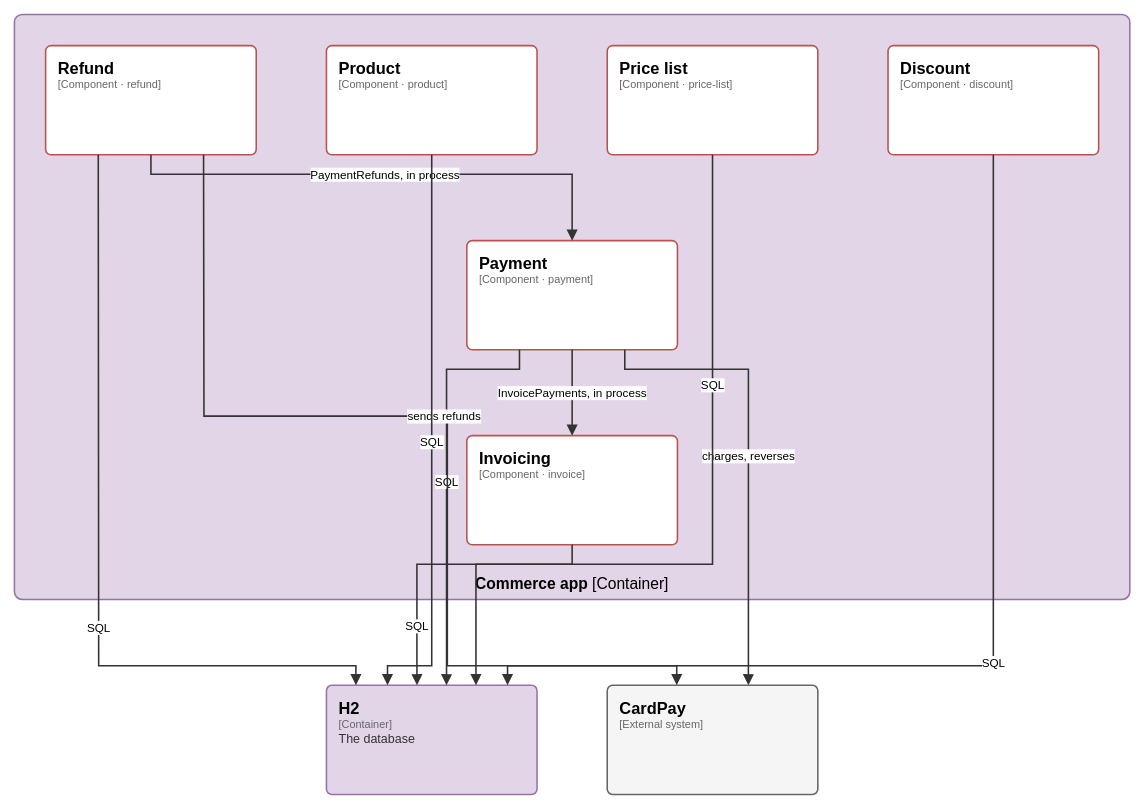
elie29/partition-commerce keeps this draw.io diagram as page "C4 3 - Components of Commerce app" (3 of 7) of docs/architecture/c4.drawio. Above is the earlier version. Source tidied: cells renumbered, new cells numbered last; positions are measured from the earlier drawing's top-left corner, leaving out a move shared by most shapes. Both pictures are drawn from the tidied source at 78%, with x=0, y=0 at pixel (14, 14).
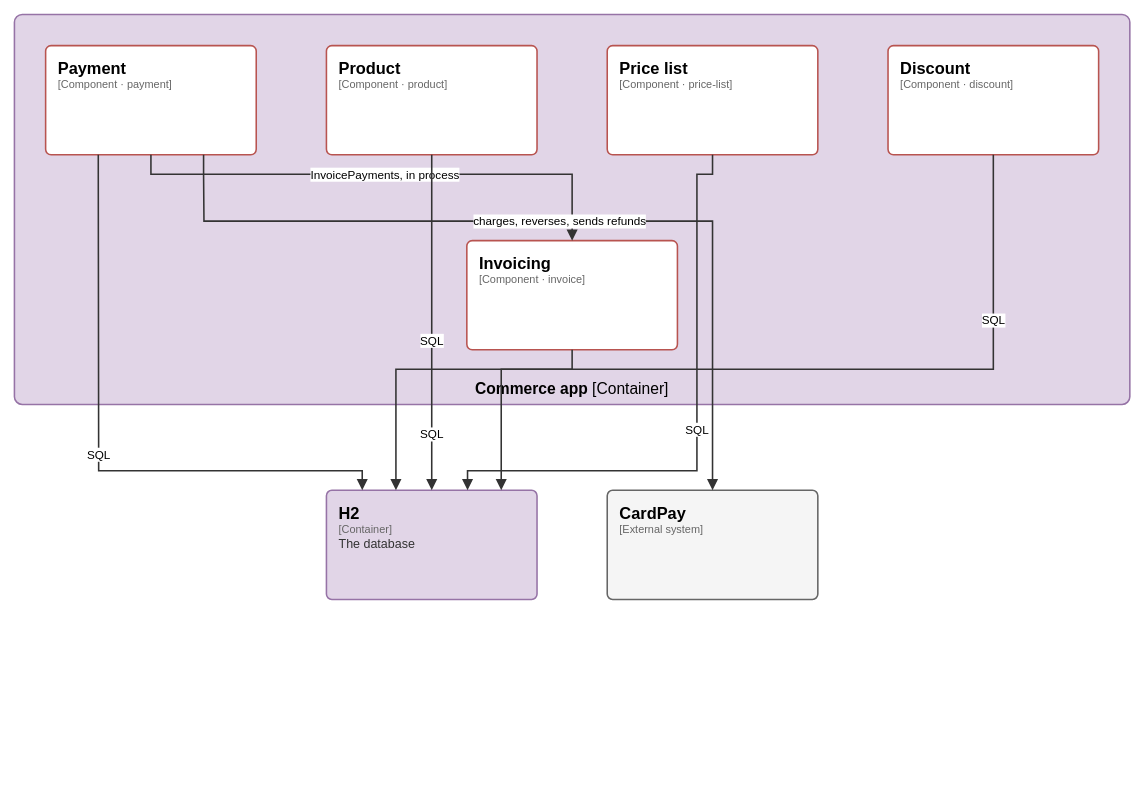
The same diagram, later.

Unchanged cells that the change refers to:
```xml
<mxCell id="6" value="&lt;span style=&quot;font-size:21px;font-weight:600;color:#000000&quot;&gt;Product&lt;/span&gt;&lt;br&gt;&lt;span style=&quot;font-family:IBM Plex Mono;font-size:14px;color:#666666&quot;&gt;[Component · product]&lt;/span&gt;" style="rounded=1;absoluteArcSize=1;arcSize=14;html=1;whiteSpace=wrap;fillColor=#ffffff;strokeColor=#b85450;strokeWidth=2;fontFamily=IBM Plex Sans;align=left;verticalAlign=top;spacingLeft=14;spacingRight=10;spacingTop=10;partition=OoiQrNIVBC;" parent="1" vertex="1">
  <mxGeometry x="400" y="40" width="270" height="140" as="geometry" />
</mxCell>
<mxCell id="7" value="&lt;span style=&quot;font-size:21px;font-weight:600;color:#000000&quot;&gt;Price list&lt;/span&gt;&lt;br&gt;&lt;span style=&quot;font-family:IBM Plex Mono;font-size:14px;color:#666666&quot;&gt;[Component · price-list]&lt;/span&gt;" style="rounded=1;absoluteArcSize=1;arcSize=14;html=1;whiteSpace=wrap;fillColor=#ffffff;strokeColor=#b85450;strokeWidth=2;fontFamily=IBM Plex Sans;align=left;verticalAlign=top;spacingLeft=14;spacingRight=10;spacingTop=10;partition=eIuSdzb2dt;" parent="1" vertex="1">
  <mxGeometry x="760" y="40" width="270" height="140" as="geometry" />
</mxCell>
<mxCell id="8" value="&lt;span style=&quot;font-size:21px;font-weight:600;color:#000000&quot;&gt;Discount&lt;/span&gt;&lt;br&gt;&lt;span style=&quot;font-family:IBM Plex Mono;font-size:14px;color:#666666&quot;&gt;[Component · discount]&lt;/span&gt;" style="rounded=1;absoluteArcSize=1;arcSize=14;html=1;whiteSpace=wrap;fillColor=#ffffff;strokeColor=#b85450;strokeWidth=2;fontFamily=IBM Plex Sans;align=left;verticalAlign=top;spacingLeft=14;spacingRight=10;spacingTop=10;partition=mqWQE0lV24;" parent="1" vertex="1">
  <mxGeometry x="1120" y="40" width="270" height="140" as="geometry" />
</mxCell>
```

The edit, as a diff of the source:
```diff
@@
-    <mxCell id="2" value="&lt;b&gt;Commerce app&lt;/b&gt; [Container]" style="rounded=1;absoluteArcSize=1;arcSize=20;html=1;whiteSpace=wrap;fillColor=#e1d5e7;strokeColor=#9673a6;strokeWidth=2;fontFamily=IBM Plex Sans;fontSize=20;verticalAlign=bottom;spacingTop=6;spacingBottom=6;partition=K24nIVab2W;" parent="1" vertex="1">
-      <mxGeometry width="1430" height="750" as="geometry" />
+    <mxCell id="2" value="&lt;b&gt;Commerce app&lt;/b&gt; [Container]" style="rounded=1;absoluteArcSize=1;arcSize=20;html=1;whiteSpace=wrap;fillColor=#e1d5e7;strokeColor=#9673a6;strokeWidth=2;fontFamily=IBM Plex Sans;fontSize=20;verticalAlign=bottom;spacingTop=6;spacingBottom=6;partition=LOdSa2wpjQ;" parent="1" vertex="1">
+      <mxGeometry width="1430" height="500" as="geometry" />
     </mxCell>
-    <mxCell id="3" value="&lt;span style=&quot;font-size:21px;font-weight:600;color:#000000&quot;&gt;Invoicing&lt;/span&gt;&lt;br&gt;&lt;span style=&quot;font-family:IBM Plex Mono;font-size:14px;color:#666666&quot;&gt;[Component · invoice]&lt;/span&gt;" style="rounded=1;absoluteArcSize=1;arcSize=14;html=1;whiteSpace=wrap;fillColor=#ffffff;strokeColor=#b85450;strokeWidth=2;fontFamily=IBM Plex Sans;align=left;verticalAlign=top;spacingLeft=14;spacingRight=10;spacingTop=10;partition=aHuj8PVB3X;" parent="1" vertex="1">
-      <mxGeometry x="580" y="540" width="270" height="140" as="geometry" />
+    <mxCell id="3" value="&lt;span style=&quot;font-size:21px;font-weight:600;color:#000000&quot;&gt;Invoicing&lt;/span&gt;&lt;br&gt;&lt;span style=&quot;font-family:IBM Plex Mono;font-size:14px;color:#666666&quot;&gt;[Component · invoice]&lt;/span&gt;" style="rounded=1;absoluteArcSize=1;arcSize=14;html=1;whiteSpace=wrap;fillColor=#ffffff;strokeColor=#b85450;strokeWidth=2;fontFamily=IBM Plex Sans;align=left;verticalAlign=top;spacingLeft=14;spacingRight=10;spacingTop=10;partition=NwpGBdmDzl;" parent="1" vertex="1">
+      <mxGeometry x="580" y="290" width="270" height="140" as="geometry" />
     </mxCell>
-    <mxCell id="4" value="&lt;span style=&quot;font-size:21px;font-weight:600;color:#000000&quot;&gt;Payment&lt;/span&gt;&lt;br&gt;&lt;span style=&quot;font-family:IBM Plex Mono;font-size:14px;color:#666666&quot;&gt;[Component · payment]&lt;/span&gt;" style="rounded=1;absoluteArcSize=1;arcSize=14;html=1;whiteSpace=wrap;fillColor=#ffffff;strokeColor=#b85450;strokeWidth=2;fontFamily=IBM Plex Sans;align=left;verticalAlign=top;spacingLeft=14;spacingRight=10;spacingTop=10;partition=NwpGBdmDzl;" parent="1" vertex="1">
-      <mxGeometry x="580" y="290" width="270" height="140" as="geometry" />
+    <mxCell id="4" value="&lt;span style=&quot;font-size:21px;font-weight:600;color:#000000&quot;&gt;Payment&lt;/span&gt;&lt;br&gt;&lt;span style=&quot;font-family:IBM Plex Mono;font-size:14px;color:#666666&quot;&gt;[Component · payment]&lt;/span&gt;" style="rounded=1;absoluteArcSize=1;arcSize=14;html=1;whiteSpace=wrap;fillColor=#ffffff;strokeColor=#b85450;strokeWidth=2;fontFamily=IBM Plex Sans;align=left;verticalAlign=top;spacingLeft=14;spacingRight=10;spacingTop=10;partition=IH7OPQwwv5;" parent="1" vertex="1">
+      <mxGeometry x="40" y="40" width="270" height="140" as="geometry" />
     </mxCell>
-    <mxCell id="5" value="&lt;span style=&quot;font-size:21px;font-weight:600;color:#000000&quot;&gt;Refund&lt;/span&gt;&lt;br&gt;&lt;span style=&quot;font-family:IBM Plex Mono;font-size:14px;color:#666666&quot;&gt;[Component · refund]&lt;/span&gt;" style="rounded=1;absoluteArcSize=1;arcSize=14;html=1;whiteSpace=wrap;fillColor=#ffffff;strokeColor=#b85450;strokeWidth=2;fontFamily=IBM Plex Sans;align=left;verticalAlign=top;spacingLeft=14;spacingRight=10;spacingTop=10;partition=IH7OPQwwv5;" parent="1" vertex="1">
-      <mxGeometry x="40" y="40" width="270" height="140" as="geometry" />
-    </mxCell>
@@
-    <mxCell id="9" value="&lt;span style=&quot;font-size:21px;font-weight:600;color:#000000&quot;&gt;H2&lt;/span&gt;&lt;br&gt;&lt;span style=&quot;font-family:IBM Plex Mono;font-size:14px;color:#666666&quot;&gt;[Container]&lt;/span&gt;&lt;br&gt;&lt;span style=&quot;font-size:16px;color:#333333;line-height:1.3&quot;&gt;The database&lt;/span&gt;" style="rounded=1;absoluteArcSize=1;arcSize=14;html=1;whiteSpace=wrap;fillColor=#e1d5e7;strokeColor=#9673a6;strokeWidth=2;fontFamily=IBM Plex Sans;align=left;verticalAlign=top;spacingLeft=14;spacingRight=10;spacingTop=10;partition=e1b4aq0M80;" parent="1" vertex="1">
-      <mxGeometry x="400" y="860" width="270" height="140" as="geometry" />
+    <mxCell id="9" value="&lt;span style=&quot;font-size:21px;font-weight:600;color:#000000&quot;&gt;H2&lt;/span&gt;&lt;br&gt;&lt;span style=&quot;font-family:IBM Plex Mono;font-size:14px;color:#666666&quot;&gt;[Container]&lt;/span&gt;&lt;br&gt;&lt;span style=&quot;font-size:16px;color:#333333;line-height:1.3&quot;&gt;The database&lt;/span&gt;" style="rounded=1;absoluteArcSize=1;arcSize=14;html=1;whiteSpace=wrap;fillColor=#e1d5e7;strokeColor=#9673a6;strokeWidth=2;fontFamily=IBM Plex Sans;align=left;verticalAlign=top;spacingLeft=14;spacingRight=10;spacingTop=10;partition=VhqOdWhMpS;" parent="1" vertex="1">
+      <mxGeometry x="400" y="610" width="270" height="140" as="geometry" />
     </mxCell>
-    <mxCell id="10" value="&lt;span style=&quot;font-size:21px;font-weight:600;color:#000000&quot;&gt;CardPay&lt;/span&gt;&lt;br&gt;&lt;span style=&quot;font-family:IBM Plex Mono;font-size:14px;color:#666666&quot;&gt;[External system]&lt;/span&gt;" style="rounded=1;absoluteArcSize=1;arcSize=14;html=1;whiteSpace=wrap;fillColor=#f5f5f5;strokeColor=#666666;strokeWidth=2;fontFamily=IBM Plex Sans;align=left;verticalAlign=top;spacingLeft=14;spacingRight=10;spacingTop=10;partition=U8ZHIrmfT8;" parent="1" vertex="1">
-      <mxGeometry x="760" y="860" width="270" height="140" as="geometry" />
+    <mxCell id="10" value="&lt;span style=&quot;font-size:21px;font-weight:600;color:#000000&quot;&gt;CardPay&lt;/span&gt;&lt;br&gt;&lt;span style=&quot;font-family:IBM Plex Mono;font-size:14px;color:#666666&quot;&gt;[External system]&lt;/span&gt;" style="rounded=1;absoluteArcSize=1;arcSize=14;html=1;whiteSpace=wrap;fillColor=#f5f5f5;strokeColor=#666666;strokeWidth=2;fontFamily=IBM Plex Sans;align=left;verticalAlign=top;spacingLeft=14;spacingRight=10;spacingTop=10;partition=R1m1i5lw6r;" parent="1" vertex="1">
+      <mxGeometry x="760" y="610" width="270" height="140" as="geometry" />
     </mxCell>
-    <mxCell id="11" value="SQL" style="edgeStyle=orthogonalEdgeStyle;rounded=0;html=1;endArrow=block;endFill=1;endSize=9;strokeColor=#333333;strokeWidth=2;fontFamily=IBM Plex Sans;fontSize=15;fontColor=#000000;labelBackgroundColor=#FFFFFF;spacing=3;exitX=0.5;exitY=1;exitPerimeter=0;entryX=0.43;entryY=0;entryPerimeter=0;partition=CXwErqF4Nq;" parent="1" edge="1" source="3" target="9">
+    <mxCell id="11" value="SQL" style="edgeStyle=orthogonalEdgeStyle;rounded=0;html=1;endArrow=block;endFill=1;endSize=9;strokeColor=#333333;strokeWidth=2;fontFamily=IBM Plex Sans;fontSize=15;fontColor=#000000;labelBackgroundColor=#FFFFFF;spacing=3;exitX=0.5;exitY=1;exitPerimeter=0;entryX=0.5;entryY=0;entryPerimeter=0;partition=GqR2JiRpH3;" parent="1" edge="1" source="3" target="9">
       <mxGeometry x="0.6" relative="1" as="geometry">
         <Array as="points">
-          <mxPoint x="715" y="705" />
-          <mxPoint x="516" y="705" />
-          <mxPoint x="516" y="835" />
+          <mxPoint x="715" y="455" />
+          <mxPoint x="535" y="455" />
+          <mxPoint x="535" y="585" />
         </Array>
       </mxGeometry>
     </mxCell>
-    <mxCell id="12" value="InvoicePayments, in process" style="edgeStyle=orthogonalEdgeStyle;rounded=0;html=1;endArrow=block;endFill=1;endSize=9;strokeColor=#333333;strokeWidth=2;fontFamily=IBM Plex Sans;fontSize=15;fontColor=#000000;labelBackgroundColor=#FFFFFF;spacing=3;exitX=0.5;exitY=1;exitPerimeter=0;entryX=0.5;entryY=0;entryPerimeter=0;partition=6OSdNt9FWn;" parent="1" edge="1" source="4" target="3">
+    <mxCell id="12" value="InvoicePayments, in process" style="edgeStyle=orthogonalEdgeStyle;rounded=0;html=1;endArrow=block;endFill=1;endSize=9;strokeColor=#333333;strokeWidth=2;fontFamily=IBM Plex Sans;fontSize=15;fontColor=#000000;labelBackgroundColor=#FFFFFF;spacing=3;exitX=0.5;exitY=1;exitPerimeter=0;entryX=0.5;entryY=0;entryPerimeter=0;partition=aQoypFTvJU;" parent="1" edge="1" source="4" target="3">
       <mxGeometry relative="1" as="geometry">
         <Array as="points">
-          <mxPoint x="715" y="455" />
-          <mxPoint x="715" y="515" />
+          <mxPoint x="175" y="205" />
+          <mxPoint x="715" y="205" />
+          <mxPoint x="715" y="265" />
         </Array>
       </mxGeometry>
     </mxCell>
-    <mxCell id="13" value="SQL" style="edgeStyle=orthogonalEdgeStyle;rounded=0;html=1;endArrow=block;endFill=1;endSize=9;strokeColor=#333333;strokeWidth=2;fontFamily=IBM Plex Sans;fontSize=15;fontColor=#000000;labelBackgroundColor=#FFFFFF;spacing=3;exitX=0.25;exitY=1;exitPerimeter=0;entryX=0.57;entryY=0;entryPerimeter=0;partition=tgpSbPxnHJ;" parent="1" edge="1" source="4" target="9">
+    <mxCell id="13" value="SQL" style="edgeStyle=orthogonalEdgeStyle;rounded=0;html=1;endArrow=block;endFill=1;endSize=9;strokeColor=#333333;strokeWidth=2;fontFamily=IBM Plex Sans;fontSize=15;fontColor=#000000;labelBackgroundColor=#FFFFFF;spacing=3;exitX=0.25;exitY=1;exitPerimeter=0;entryX=0.17;entryY=0;entryPerimeter=0;partition=DlZJtZwvbd;" parent="1" edge="1" source="4" target="9">
       <mxGeometry relative="1" as="geometry">
         <Array as="points">
-          <mxPoint x="648" y="455" />
-          <mxPoint x="554" y="455" />
-          <mxPoint x="554" y="835" />
+          <mxPoint x="108" y="205" />
+          <mxPoint x="108" y="585" />
+          <mxPoint x="446" y="585" />
         </Array>
       </mxGeometry>
     </mxCell>
-    <mxCell id="14" value="charges, reverses" style="edgeStyle=orthogonalEdgeStyle;rounded=0;html=1;endArrow=block;endFill=1;endSize=9;strokeColor=#333333;strokeWidth=2;fontFamily=IBM Plex Sans;fontSize=15;fontColor=#000000;labelBackgroundColor=#FFFFFF;spacing=3;exitX=0.75;exitY=1;exitPerimeter=0;entryX=0.67;entryY=0;entryPerimeter=0;partition=_oF2nsMfxQ;" parent="1" edge="1" source="4" target="10">
+    <mxCell id="14" value="charges, reverses, sends refunds" style="edgeStyle=orthogonalEdgeStyle;rounded=0;html=1;endArrow=block;endFill=1;endSize=9;strokeColor=#333333;strokeWidth=2;fontFamily=IBM Plex Sans;fontSize=15;fontColor=#000000;labelBackgroundColor=#FFFFFF;spacing=3;exitX=0.75;exitY=1;exitPerimeter=0;entryX=0.5;entryY=0;entryPerimeter=0;partition=KH99XsB0Mf;" parent="1" edge="1" source="4" target="10">
       <mxGeometry relative="1" as="geometry">
         <Array as="points">
-          <mxPoint x="783" y="455" />
-          <mxPoint x="941" y="455" />
-          <mxPoint x="941" y="835" />
+          <mxPoint x="243" y="205" />
+          <mxPoint x="243" y="265" />
+          <mxPoint x="895" y="265" />
+          <mxPoint x="895" y="585" />
         </Array>
       </mxGeometry>
     </mxCell>
-    <mxCell id="15" value="PaymentRefunds, in process" style="edgeStyle=orthogonalEdgeStyle;rounded=0;html=1;endArrow=block;endFill=1;endSize=9;strokeColor=#333333;strokeWidth=2;fontFamily=IBM Plex Sans;fontSize=15;fontColor=#000000;labelBackgroundColor=#FFFFFF;spacing=3;exitX=0.5;exitY=1;exitPerimeter=0;entryX=0.5;entryY=0;entryPerimeter=0;partition=aQoypFTvJU;" parent="1" edge="1" source="5" target="4">
-      <mxGeometry relative="1" as="geometry">
-        <Array as="points">
-          <mxPoint x="175" y="205" />
-          <mxPoint x="715" y="205" />
-          <mxPoint x="715" y="265" />
-        </Array>
-      </mxGeometry>
-    </mxCell>
-    <mxCell id="16" value="SQL" style="edgeStyle=orthogonalEdgeStyle;rounded=0;html=1;endArrow=block;endFill=1;endSize=9;strokeColor=#333333;strokeWidth=2;fontFamily=IBM Plex Sans;fontSize=15;fontColor=#000000;labelBackgroundColor=#FFFFFF;spacing=3;exitX=0.25;exitY=1;exitPerimeter=0;entryX=0.14;entryY=0;entryPerimeter=0;partition=otoUGqXljY;" parent="1" edge="1" source="5" target="9">
-      <mxGeometry x="0.2" relative="1" as="geometry">
-        <Array as="points">
-          <mxPoint x="108" y="205" />
-          <mxPoint x="108" y="835" />
-          <mxPoint x="438" y="835" />
-        </Array>
-      </mxGeometry>
-    </mxCell>
-    <mxCell id="17" value="sends refunds" style="edgeStyle=orthogonalEdgeStyle;rounded=0;html=1;endArrow=block;endFill=1;endSize=9;strokeColor=#333333;strokeWidth=2;fontFamily=IBM Plex Sans;fontSize=15;fontColor=#000000;labelBackgroundColor=#FFFFFF;spacing=3;exitX=0.75;exitY=1;exitPerimeter=0;entryX=0.33;entryY=0;entryPerimeter=0;partition=twE3g-eE5N;" parent="1" edge="1" source="5" target="10">
-      <mxGeometry relative="1" as="geometry">
-        <Array as="points">
-          <mxPoint x="243" y="205" />
-          <mxPoint x="243" y="515" />
-          <mxPoint x="555" y="515" />
-          <mxPoint x="555" y="835" />
-          <mxPoint x="849" y="835" />
-        </Array>
-      </mxGeometry>
-    </mxCell>
-    <mxCell id="18" value="SQL" style="edgeStyle=orthogonalEdgeStyle;rounded=0;html=1;endArrow=block;endFill=1;endSize=9;strokeColor=#333333;strokeWidth=2;fontFamily=IBM Plex Sans;fontSize=15;fontColor=#000000;labelBackgroundColor=#FFFFFF;spacing=3;exitX=0.5;exitY=1;exitPerimeter=0;entryX=0.29;entryY=0;entryPerimeter=0;partition=VADtTjB82W;" parent="1" edge="1" source="6" target="9">
+    <mxCell id="18" value="SQL" style="edgeStyle=orthogonalEdgeStyle;rounded=0;html=1;endArrow=block;endFill=1;endSize=9;strokeColor=#333333;strokeWidth=2;fontFamily=IBM Plex Sans;fontSize=15;fontColor=#000000;labelBackgroundColor=#FFFFFF;spacing=3;exitX=0.5;exitY=1;exitPerimeter=0;entryX=0.33;entryY=0;entryPerimeter=0;partition=9X6RPaj7Vx;" parent="1" edge="1" source="6" target="9">
       <mxGeometry relative="1" as="geometry">
         <Array as="points">
           <mxPoint x="535" y="205" />
-          <mxPoint x="535" y="835" />
-          <mxPoint x="478" y="835" />
+          <mxPoint x="535" y="455" />
+          <mxPoint x="489" y="455" />
+          <mxPoint x="489" y="585" />
         </Array>
       </mxGeometry>
     </mxCell>
-    <mxCell id="19" value="SQL" style="edgeStyle=orthogonalEdgeStyle;rounded=0;html=1;endArrow=block;endFill=1;endSize=9;strokeColor=#333333;strokeWidth=2;fontFamily=IBM Plex Sans;fontSize=15;fontColor=#000000;labelBackgroundColor=#FFFFFF;spacing=3;exitX=0.5;exitY=1;exitPerimeter=0;entryX=0.71;entryY=0;entryPerimeter=0;partition=ncXRmKlnY2;" parent="1" edge="1" source="7" target="9">
-      <mxGeometry x="-0.4" relative="1" as="geometry">
+    <mxCell id="19" value="SQL" style="edgeStyle=orthogonalEdgeStyle;rounded=0;html=1;endArrow=block;endFill=1;endSize=9;strokeColor=#333333;strokeWidth=2;fontFamily=IBM Plex Sans;fontSize=15;fontColor=#000000;labelBackgroundColor=#FFFFFF;spacing=3;exitX=0.5;exitY=1;exitPerimeter=0;entryX=0.67;entryY=0;entryPerimeter=0;partition=A7O_VUyUBz;" parent="1" edge="1" source="7" target="9">
+      <mxGeometry relative="1" as="geometry">
         <Array as="points">
           <mxPoint x="895" y="205" />
-          <mxPoint x="895" y="705" />
-          <mxPoint x="592" y="705" />
-          <mxPoint x="592" y="835" />
+          <mxPoint x="875" y="205" />
+          <mxPoint x="875" y="585" />
+          <mxPoint x="581" y="585" />
         </Array>
       </mxGeometry>
     </mxCell>
-    <mxCell id="20" value="SQL" style="edgeStyle=orthogonalEdgeStyle;rounded=0;html=1;endArrow=block;endFill=1;endSize=9;strokeColor=#333333;strokeWidth=2;fontFamily=IBM Plex Sans;fontSize=15;fontColor=#000000;labelBackgroundColor=#FFFFFF;spacing=3;exitX=0.5;exitY=1;exitPerimeter=0;entryX=0.86;entryY=0;entryPerimeter=0;partition=-A_S1014yB;" parent="1" edge="1" source="8" target="9">
-      <mxGeometry relative="1" as="geometry">
+    <mxCell id="20" value="SQL" style="edgeStyle=orthogonalEdgeStyle;rounded=0;html=1;endArrow=block;endFill=1;endSize=9;strokeColor=#333333;strokeWidth=2;fontFamily=IBM Plex Sans;fontSize=15;fontColor=#000000;labelBackgroundColor=#FFFFFF;spacing=3;exitX=0.5;exitY=1;exitPerimeter=0;entryX=0.83;entryY=0;entryPerimeter=0;partition=-8sQjn1q-H;" parent="1" edge="1" source="8" target="9">
+      <mxGeometry x="-0.6" relative="1" as="geometry">
         <Array as="points">
           <mxPoint x="1255" y="205" />
-          <mxPoint x="1255" y="835" />
-          <mxPoint x="632" y="835" />
+          <mxPoint x="1255" y="455" />
+          <mxPoint x="624" y="455" />
+          <mxPoint x="624" y="585" />
         </Array>
       </mxGeometry>
     </mxCell>
```
